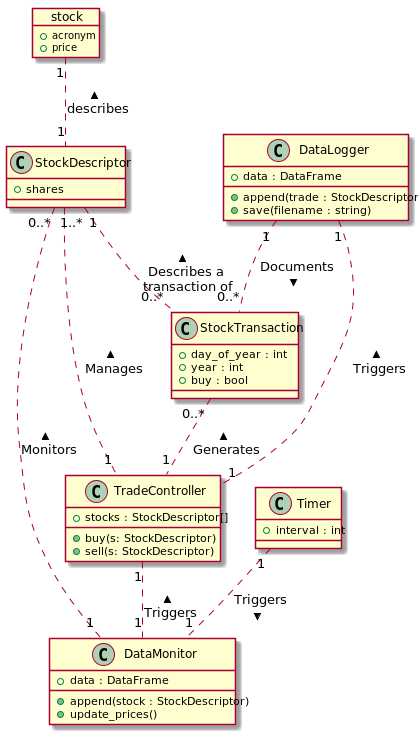
aaron-jencks/alpaca_stock_tradebot keeps this PlantUML diagram as Domain_Model_Diagram.png. Above is the earlier version.
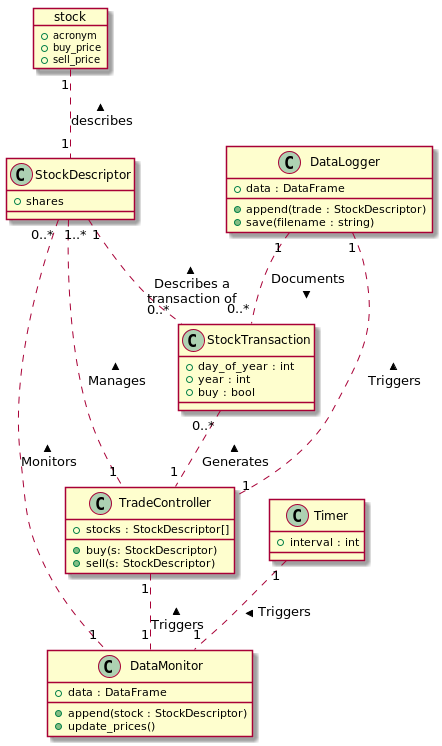
Later version of the same file.

What changed in the source:
```diff
@@ -2,7 +2,8 @@
 
 object stock {
     + acronym
-    + price
+    + buy_price
+    + sell_price
 }
 
 class StockDescriptor {
```
